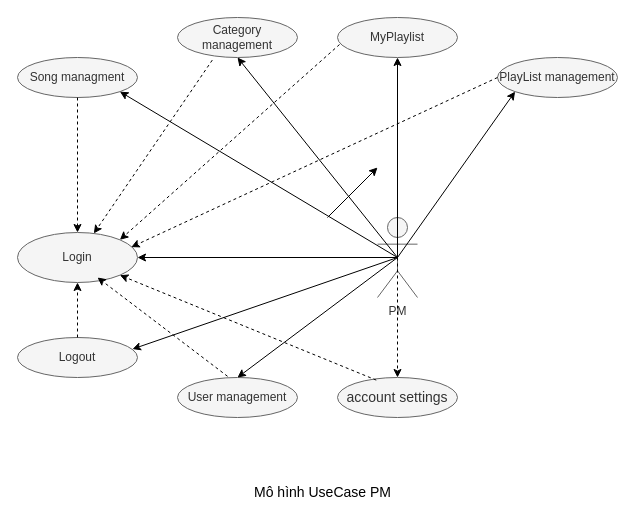
The draw.io diagram src/diagram/pm.drawio in Sonnm90/MD3_JAVA_MUSICWEB, before the edit. Source tidied: cells renumbered, new cells numbered last; positions are measured from the earlier drawing's top-left corner, leaving out a move shared by most shapes. Both pictures are drawn from the tidied source at 100%, with x=0, y=0 at pixel (17, 17).
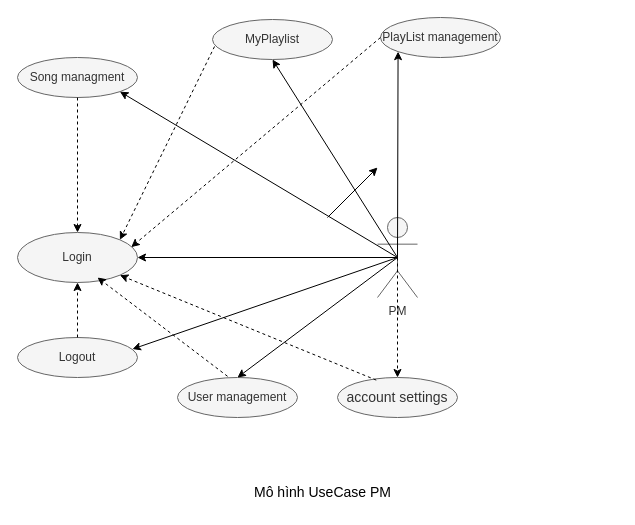
After the change.

The change refers to these unchanged cells:
```xml
<mxCell id="5" value="Login" style="ellipse;whiteSpace=wrap;html=1;fillColor=#f5f5f5;fontColor=#333333;strokeColor=#666666;" parent="1" vertex="1">
  <mxGeometry y="215" width="120" height="50" as="geometry" />
</mxCell>
```

Change to the diagram source:
```diff
@@
-    <mxCell id="4" value="Category management" style="ellipse;whiteSpace=wrap;html=1;fillColor=#f5f5f5;fontColor=#333333;strokeColor=#666666;" parent="1" vertex="1">
-      <mxGeometry x="160" width="120" height="40" as="geometry" />
-    </mxCell>
@@
     <mxCell id="6" value="PlayList management" style="ellipse;whiteSpace=wrap;html=1;fillColor=#f5f5f5;fontColor=#333333;strokeColor=#666666;" parent="1" vertex="1">
-      <mxGeometry x="480" y="40" width="120" height="40" as="geometry" />
+      <mxGeometry x="363" width="120" height="40" as="geometry" />
     </mxCell>
     <mxCell id="7" value="MyPlaylist" style="ellipse;whiteSpace=wrap;html=1;fillColor=#f5f5f5;fontColor=#333333;strokeColor=#666666;" parent="1" vertex="1">
-      <mxGeometry x="320" width="120" height="40" as="geometry" />
+      <mxGeometry x="195" y="2" width="120" height="40" as="geometry" />
     </mxCell>
@@
-    <mxCell id="13" style="endArrow=classic;html=1;rounded=0;strokeColor=#000000;entryX=0.5;entryY=1;entryDx=0;entryDy=0;" parent="1" edge="1" target="4">
-      <mxGeometry relative="1" as="geometry">
-        <mxPoint x="380" y="240" as="sourcePoint" />
-      </mxGeometry>
-    </mxCell>
@@
-    <mxCell id="21" style="endArrow=classic;html=1;rounded=0;dashed=1;strokeColor=#000000;exitX=0.29;exitY=1.065;exitDx=0;exitDy=0;exitPerimeter=0;" parent="1" edge="1" source="4" target="5">
-      <mxGeometry relative="1" as="geometry" />
-    </mxCell>
```
